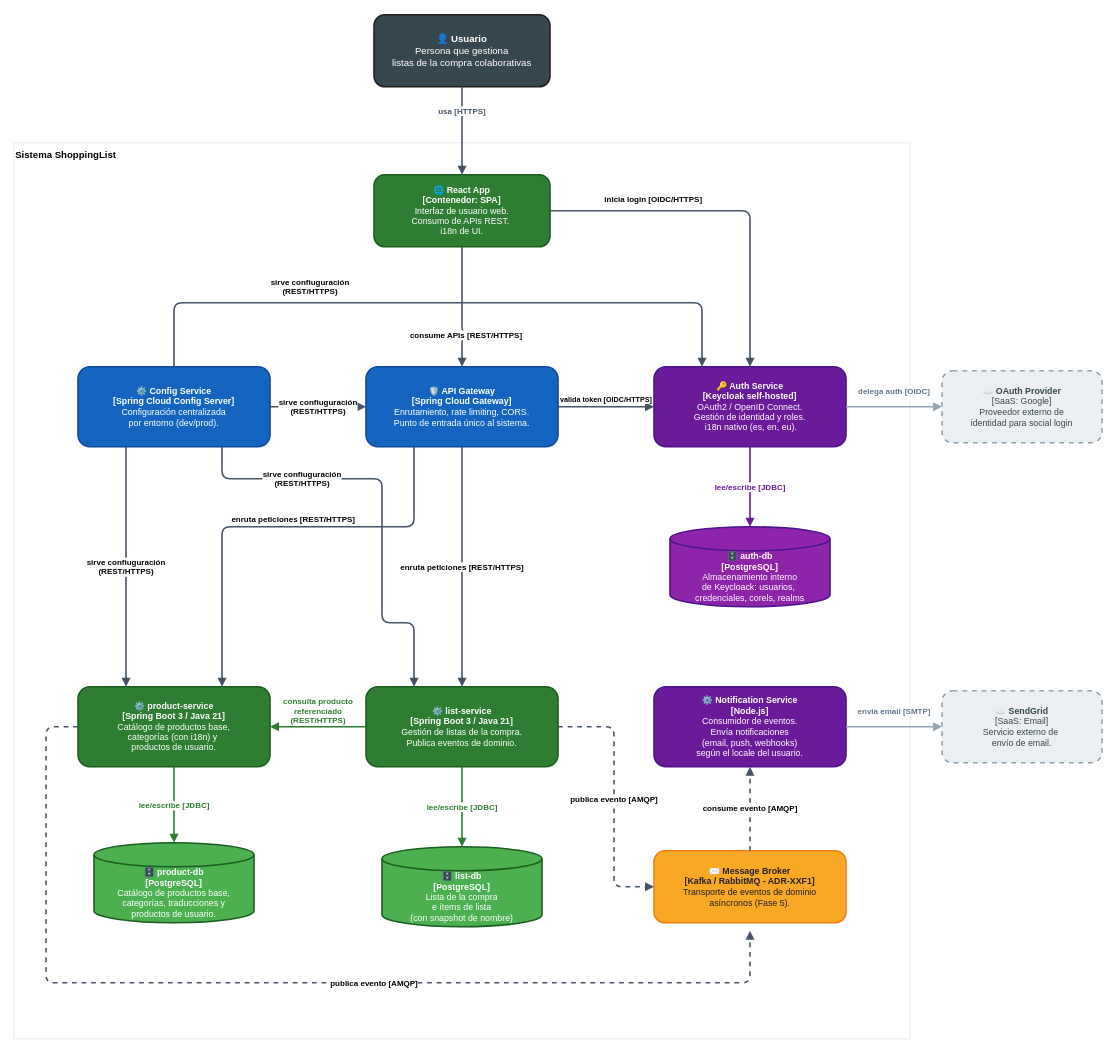
Earlier version of the draw.io diagram docs/architecture/img/c4-level2-containers.drawio.xml (ivborrezo/shopping-list). Source tidied: cells renumbered, new cells numbered last; positions are measured from the earlier drawing's top-left corner, leaving out a move shared by most shapes. Both pictures are drawn from the tidied source at 80%, with x=0, y=0 at pixel (14, 14).
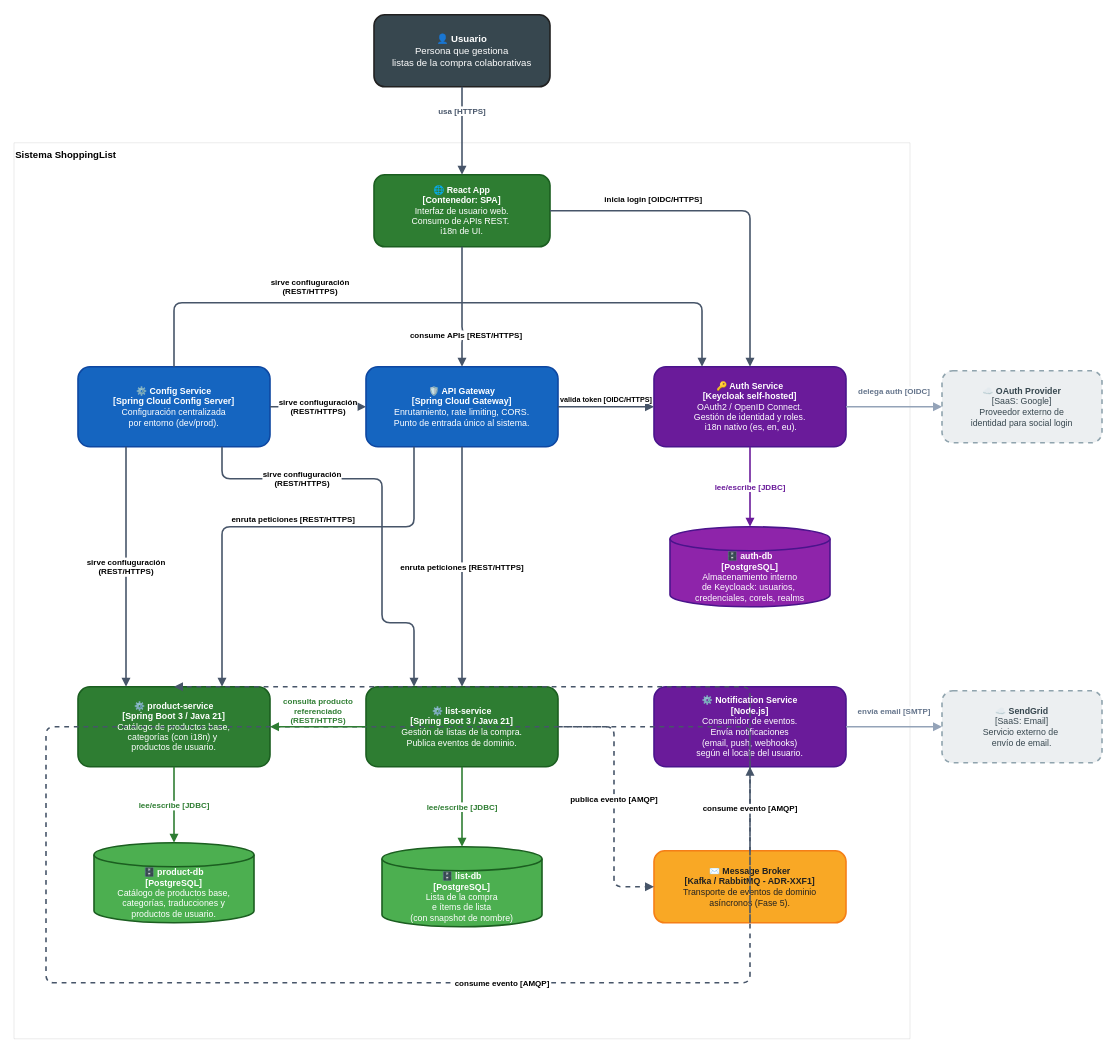
Above is the later version.

Commit message (it also covers changes not shown here):
docs(architecture): cerrar la documentacion global con list-service operativo

The change refers to these unchanged cells:
```xml
<mxCell id="11" value="&lt;b&gt;⚙️ product-service&lt;/b&gt;&lt;br&gt;&lt;b&gt;[Spring Boot 3 / Java 21]&lt;/b&gt;&lt;br&gt;Catálogo de productos base,&lt;br&gt;&lt;div&gt;categorías (con i18n) y&amp;nbsp;&lt;/div&gt;&lt;div&gt;productos de usuario.&lt;/div&gt;" style="rounded=1;whiteSpace=wrap;html=1;fillColor=#2E7D32;strokeColor=#1B5E20;strokeWidth=2;fontColor=#FFFFFF;fontSize=11;align=center;" parent="1" vertex="1">
  <mxGeometry x="80" y="840" width="240" height="100" as="geometry" />
</mxCell>
<mxCell id="17" value="&lt;b&gt;✉️ Message Broker&lt;/b&gt;&lt;br/&gt;&lt;b&gt;[Kafka / RabbitMQ - ADR-XXF1]&lt;/b&gt;&lt;br/&gt;Transporte de eventos de dominio&lt;br/&gt;asíncronos (Fase 5)." style="rounded=1;whiteSpace=wrap;html=1;fillColor=#F9A825;strokeColor=#F57F17;strokeWidth=2;fontColor=#212121;fontSize=11;align=center;" parent="1" vertex="1">
  <mxGeometry x="800" y="1045" width="240" height="90" as="geometry" />
</mxCell>
```

What changed in the source:
```diff
@@
-    <mxCell id="18" value="&lt;span style=&quot;color: light-dark(rgb(0, 0, 0), rgb(149, 79, 0));&quot;&gt;publica evento [AMQP]&lt;/span&gt;" style="edgeStyle=orthogonalEdgeStyle;rounded=1;jettySize=auto;html=1;strokeColor=light-dark(#475569,#954F00);strokeWidth=2;fontColor=#475569;fontSize=10;fontStyle=1;endArrow=block;exitX=0;exitY=0.5;entryX=0.5;entryY=1;exitDx=0;exitDy=0;entryDx=0;entryDy=0;dashed=1;" parent="1" edge="1" source="11">
+    <mxCell id="18" value="&lt;span style=&quot;color: light-dark(rgb(0, 0, 0), rgb(149, 79, 0));&quot;&gt;consume evento [AMQP]&lt;/span&gt;" style="edgeStyle=orthogonalEdgeStyle;rounded=1;jettySize=auto;html=1;strokeColor=light-dark(#475569,#954F00);strokeWidth=2;fontColor=#475569;fontSize=10;fontStyle=1;endArrow=block;exitX=0.5;exitY=1;entryX=0.5;entryY=0;exitDx=0;exitDy=0;entryDx=0;entryDy=0;dashed=1;" parent="1" edge="1" source="17" target="11">
       <mxGeometry x="0.18" relative="1" as="geometry">
-        <mxPoint x="920" y="1145" as="targetPoint" />
         <Array as="points">
           <mxPoint x="40" y="890" />
           <mxPoint x="40" y="1210" />
           <mxPoint x="920" y="1210" />
         </Array>
       </mxGeometry>
     </mxCell>
```
